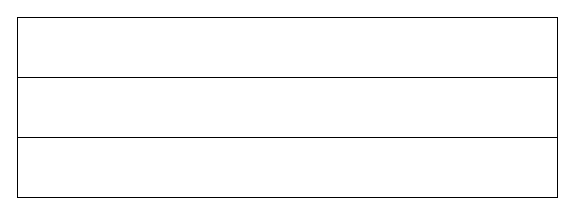
Above: 未命名绘图.drawio in ether1984/umeng (draw.io), before the change. Source tidied: cells renumbered, new cells numbered last; positions are measured from the earlier drawing's top-left corner, leaving out a move shared by most shapes. Both pictures are drawn from the tidied source at 100%, with x=0, y=0 at pixel (17, 17).
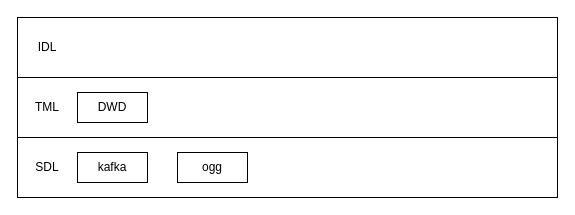
The same diagram, later.

The edit, as a diff of the source:
```diff
@@
 <mxGraphModel>
   <root>
     <mxCell id="0" />
     <mxCell id="1" parent="0" />
     <mxCell id="2" style="rounded=0;whiteSpace=wrap;html=1;" parent="1" vertex="1">
       <mxGeometry y="120" width="540" height="60" as="geometry" />
     </mxCell>
     <mxCell id="3" style="rounded=0;whiteSpace=wrap;html=1;" parent="1" vertex="1">
       <mxGeometry y="60" width="540" height="60" as="geometry" />
     </mxCell>
     <mxCell id="4" style="rounded=0;whiteSpace=wrap;html=1;" parent="1" vertex="1">
       <mxGeometry width="540" height="60" as="geometry" />
     </mxCell>
+    <mxCell id="5" value="SDL" style="text;html=1;strokeColor=none;fillColor=none;align=center;verticalAlign=middle;whiteSpace=wrap;rounded=0;" parent="1" vertex="1">
+      <mxGeometry x="10" y="140" width="40" height="20" as="geometry" />
+    </mxCell>
+    <mxCell id="6" value="TML" style="text;html=1;strokeColor=none;fillColor=none;align=center;verticalAlign=middle;whiteSpace=wrap;rounded=0;" parent="1" vertex="1">
+      <mxGeometry x="10" y="80" width="40" height="20" as="geometry" />
+    </mxCell>
+    <mxCell id="7" value="IDL" style="text;html=1;strokeColor=none;fillColor=none;align=center;verticalAlign=middle;whiteSpace=wrap;rounded=0;" parent="1" vertex="1">
+      <mxGeometry x="10" y="20" width="40" height="20" as="geometry" />
+    </mxCell>
+    <mxCell id="8" value="kafka" style="rounded=0;whiteSpace=wrap;html=1;" parent="1" vertex="1">
+      <mxGeometry x="60" y="135" width="70" height="30" as="geometry" />
+    </mxCell>
+    <mxCell id="9" value="ogg" style="rounded=0;whiteSpace=wrap;html=1;" parent="1" vertex="1">
+      <mxGeometry x="160" y="135" width="70" height="30" as="geometry" />
+    </mxCell>
+    <mxCell id="10" value="DWD" style="rounded=0;whiteSpace=wrap;html=1;" parent="1" vertex="1">
+      <mxGeometry x="60" y="75" width="70" height="30" as="geometry" />
+    </mxCell>
   </root>
 </mxGraphModel>
```
